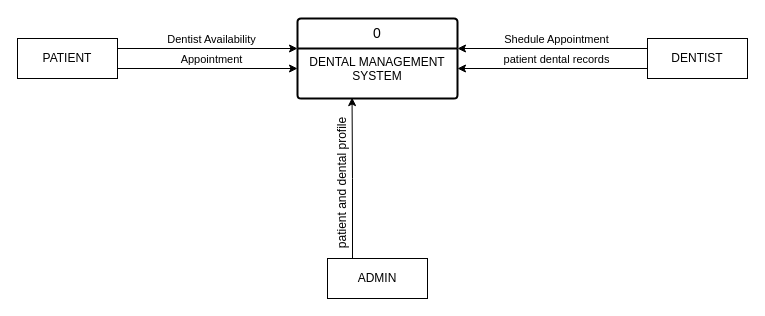
This is sem4/sd/sdtute1.drawio from maverickhewitt/notes, a draw.io file, before an edit. Source tidied: cells renumbered, new cells numbered last; positions are measured from the earlier drawing's top-left corner, leaving out a move shared by most shapes. Both pictures are drawn from the tidied source at 100%, with x=0, y=0 at pixel (17, 18).
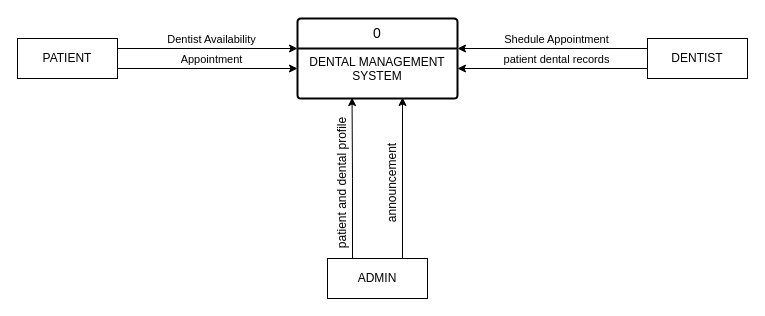
The same page after the edit.

What changed in the source:
```diff
@@
+    <mxCell id="17" style="edgeStyle=orthogonalEdgeStyle;rounded=0;orthogonalLoop=1;jettySize=auto;html=1;exitX=0.25;exitY=0;exitDx=0;exitDy=0;entryX=0.341;entryY=0.982;entryDx=0;entryDy=0;entryPerimeter=0;" parent="1" edge="1">
+      <mxGeometry relative="1" as="geometry">
+        <mxPoint x="385" y="240" as="sourcePoint" />
+        <mxPoint x="385" y="79" as="targetPoint" />
+      </mxGeometry>
+    </mxCell>
+    <mxCell id="18" value="announcement" style="text;html=1;align=center;verticalAlign=middle;strokeColor=none;fillColor=none;rotation=270;" parent="1" vertex="1">
+      <mxGeometry x="325" y="150" width="100" height="30" as="geometry" />
+    </mxCell>
```
